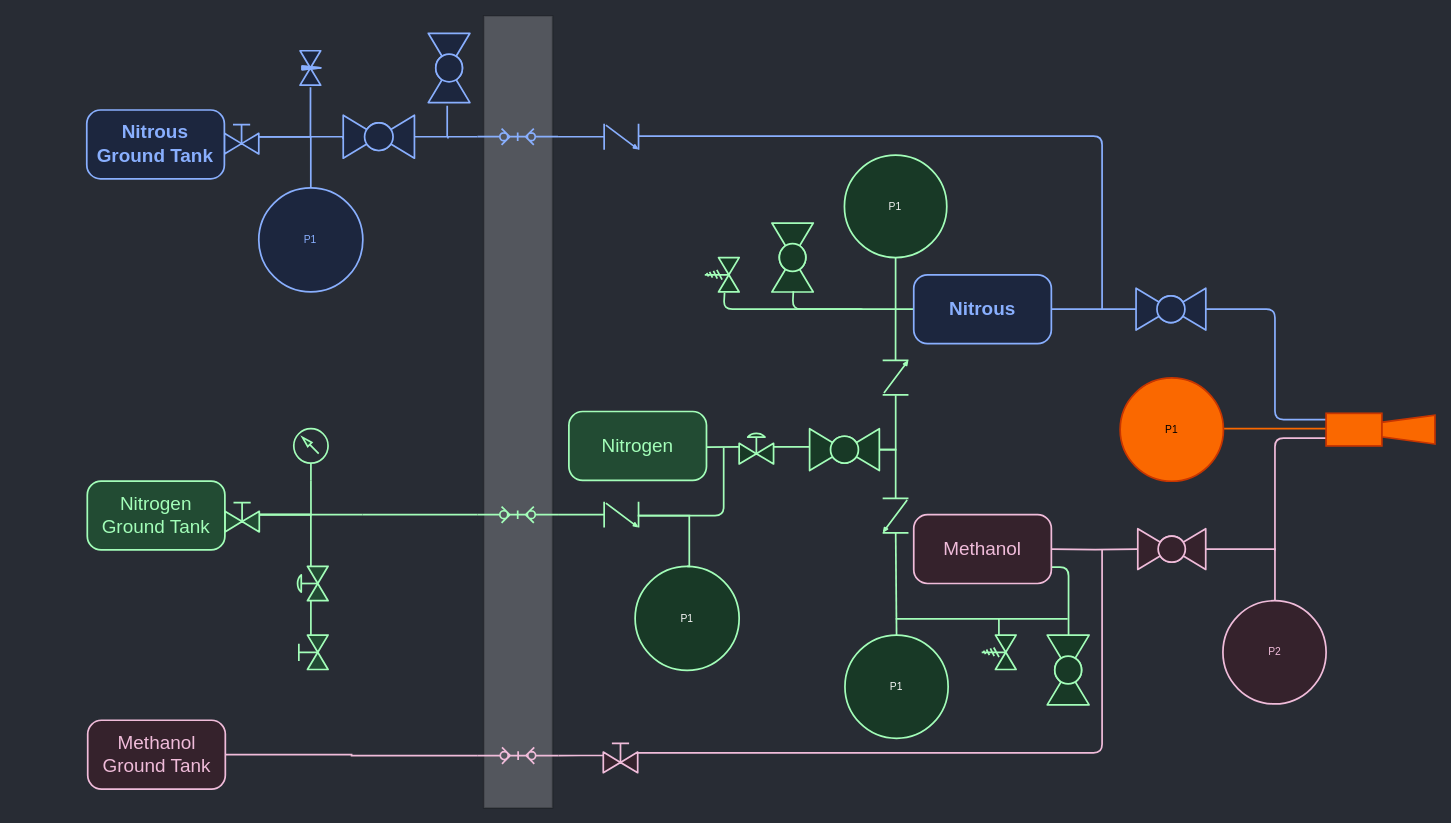
Earlier version of the draw.io diagram page "Simplified" (1 of 2) of CombinedPID.drawio (icl-rocketry/Propulsion-PIDs). Source tidied: cells renumbered, new cells numbered last; positions are measured from the earlier drawing's top-left corner, leaving out a move shared by most shapes. Both pictures are drawn from the tidied source at 86%, with x=0, y=0 at pixel (86, 15).
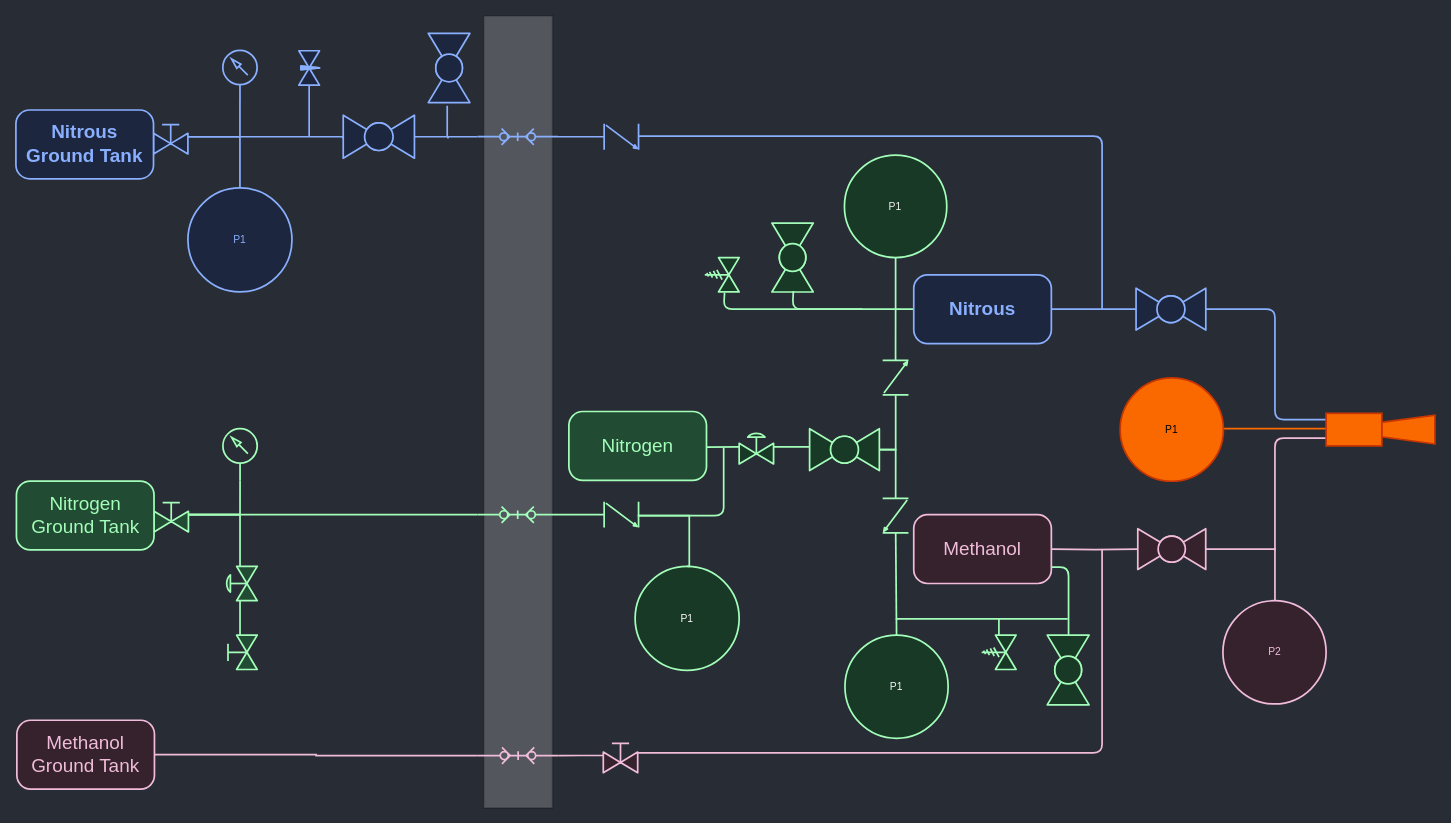
The same diagram, later.

Unchanged cells that the change refers to:
```xml
<mxCell id="25" style="verticalLabelPosition=bottom;align=center;html=1;verticalAlign=top;dashed=0;shape=mxgraph.pid2valves.valve;valveType=ball;rotation=-180;fillColor=#1C263E;strokeColor=#89AFFE;fontColor=#ffffff;strokeWidth=2;" parent="1" vertex="1">
  <mxGeometry x="298.6" y="115.5" width="82.8" height="50" as="geometry" />
</mxCell>
<mxCell id="31" style="verticalLabelPosition=bottom;html=1;verticalAlign=top;fillColor=#224B33;align=center;outlineConnect=0;shape=mxgraph.fluid_power.x11740;points=[[0.5,0,0],[0.5,1,0]];strokeColor=#A3FEB9;rotation=-90;strokeWidth=2;fontColor=#FAFAFA;" parent="1" vertex="1">
  <mxGeometry x="492" y="533.1" width="19" height="93.8" as="geometry" />
</mxCell>
```

What changed in the source:
```diff
@@
     <mxCell id="3" style="verticalLabelPosition=bottom;html=1;verticalAlign=top;fillColor=#224B33;align=center;outlineConnect=0;shape=mxgraph.fluid_power.x11820;points=[[0.5,1,0]];rotation=0;strokeColor=#A3FEB9;strokeWidth=2;fontColor=#FAFAFA;" parent="1" vertex="1">
-      <mxGeometry x="241.1" y="480" width="39.9" height="60" as="geometry" />
+      <mxGeometry x="158.7" y="480" width="39.9" height="60" as="geometry" />
     </mxCell>
     <mxCell id="4" style="edgeStyle=orthogonalEdgeStyle;rounded=0;jettySize=auto;html=1;entryX=1.005;entryY=0.453;entryDx=0;entryDy=0;entryPerimeter=0;fillColor=#1C263E;strokeColor=#89AFFE;strokeWidth=2;endArrow=none;endFill=0;" parent="1" edge="1" source="7" target="25">
       <mxGeometry relative="1" as="geometry">
         <Array as="points">
-          <mxPoint x="251" y="140.5" />
-          <mxPoint x="301" y="140.5" />
+          <mxPoint x="168.6" y="140.5" />
+          <mxPoint x="218.6" y="140.5" />
         </Array>
       </mxGeometry>
     </mxCell>
-    <mxCell id="5" style="edgeStyle=orthogonalEdgeStyle;rounded=0;jettySize=auto;html=1;entryX=-0.059;entryY=0.506;entryDx=0;entryDy=0;entryPerimeter=0;fillColor=#1C263E;strokeColor=#89AFFE;strokeWidth=2;endArrow=none;endFill=0;" parent="1" edge="1" source="7" target="22">
-      <mxGeometry relative="1" as="geometry">
-        <Array as="points">
-          <mxPoint x="261" y="140.5" />
-        </Array>
-      </mxGeometry>
-    </mxCell>
     <mxCell id="6" style="edgeStyle=orthogonalEdgeStyle;rounded=0;jettySize=auto;html=1;entryX=0.5;entryY=0;entryDx=0;entryDy=0;strokeColor=#89AFFE;endArrow=none;endFill=0;strokeWidth=2;" parent="1" edge="1" source="7" target="23">
       <mxGeometry relative="1" as="geometry">
         <Array as="points">
-          <mxPoint x="220" y="140.5" />
-          <mxPoint x="261" y="140.5" />
+          <mxPoint x="137.6" y="140.5" />
+          <mxPoint x="178.6" y="140.5" />
         </Array>
       </mxGeometry>
     </mxCell>
     <mxCell id="7" style="verticalLabelPosition=bottom;align=center;html=1;verticalAlign=top;dashed=0;shape=mxgraph.pid2valves.valve;valveType=gate;actuator=man;rotation=0;fillColor=#1C263E;strokeColor=#89AFFE;fontColor=#ffffff;strokeWidth=2;" parent="1" vertex="1">
-      <mxGeometry x="160.4" y="120.5" width="40" height="40" as="geometry" />
+      <mxGeometry x="78" y="120.5" width="40" height="40" as="geometry" />
     </mxCell>
@@
-    <mxCell id="11" style="edgeStyle=orthogonalEdgeStyle;rounded=0;jettySize=auto;html=1;strokeColor=#A3FEB9;fillColor=#224B33;strokeWidth=2;fontColor=#FAFAFA;endArrow=none;endFill=0;" parent="1" edge="1" source="12">
-      <mxGeometry relative="1" as="geometry">
-        <mxPoint x="321" y="580" as="targetPoint" />
-      </mxGeometry>
+    <mxCell id="11" style="edgeStyle=orthogonalEdgeStyle;rounded=0;jettySize=auto;html=1;strokeColor=#A3FEB9;fillColor=#224B33;strokeWidth=2;fontColor=#FAFAFA;endArrow=none;endFill=0;entryX=0.5;entryY=0;entryDx=0;entryDy=0;entryPerimeter=0;" parent="1" edge="1" source="12" target="31">
+      <mxGeometry relative="1" as="geometry" />
     </mxCell>
     <mxCell id="12" style="verticalLabelPosition=bottom;align=center;html=1;verticalAlign=top;dashed=0;shape=mxgraph.pid2valves.valve;valveType=gate;actuator=man;rotation=0;fillColor=#224B33;strokeColor=#A3FEB9;strokeWidth=2;fontColor=#FAFAFA;" parent="1" vertex="1">
-      <mxGeometry x="161" y="560" width="40" height="40" as="geometry" />
+      <mxGeometry x="78.6" y="560" width="40" height="40" as="geometry" />
     </mxCell>
     <mxCell id="13" style="verticalLabelPosition=bottom;align=center;html=1;verticalAlign=top;dashed=0;shape=mxgraph.pid2valves.valve;valveType=gate;actuator=man;rotation=-90;fillColor=#224B33;strokeColor=#A3FEB9;strokeWidth=2;fontColor=#FAFAFA;" parent="1" vertex="1">
-      <mxGeometry x="241" y="720" width="40" height="40" as="geometry" />
+      <mxGeometry x="158.6" y="720" width="40" height="40" as="geometry" />
     </mxCell>
@@
     <mxCell id="15" style="verticalLabelPosition=bottom;align=center;html=1;verticalAlign=top;dashed=0;shape=mxgraph.pid2valves.valve;valveType=gate;actuator=diaph;rotation=-90;fillColor=#224B33;strokeWidth=2;strokeColor=#A3FEB9;fontColor=#FAFAFA;" parent="1" vertex="1">
-      <mxGeometry x="241" y="640" width="40" height="40" as="geometry" />
+      <mxGeometry x="158.6" y="640" width="40" height="40" as="geometry" />
     </mxCell>
@@
+    <mxCell id="77" style="edgeStyle=orthogonalEdgeStyle;rounded=0;jettySize=auto;html=1;strokeColor=#89AFFE;strokeWidth=2;endArrow=none;endFill=0;" parent="1" edge="1" source="22">
+      <mxGeometry relative="1" as="geometry">
+        <mxPoint x="259" y="140" as="targetPoint" />
+      </mxGeometry>
+    </mxCell>
     <mxCell id="22" style="verticalLabelPosition=bottom;align=center;html=1;verticalAlign=top;dashed=0;shape=mxgraph.pid2valves.valve;valveType=needle;rotation=-90;fillColor=#1C263E;strokeColor=#89AFFE;fontColor=#ffffff;strokeWidth=2;" parent="1" vertex="1">
-      <mxGeometry x="240.4" y="48.5" width="40" height="24" as="geometry" />
+      <mxGeometry x="239" y="48.5" width="40" height="24" as="geometry" />
     </mxCell>
     <mxCell id="23" value="P1" style="ellipse;whiteSpace=wrap;html=1;fillColor=#1C263E;strokeColor=#89AFFE;rotation=0;fontColor=#89AFFE;strokeWidth=2;" parent="1" vertex="1">
-      <mxGeometry x="200.4" y="200" width="121" height="121" as="geometry" />
+      <mxGeometry x="118" y="200" width="121" height="121" as="geometry" />
     </mxCell>
@@
-    <mxCell id="29" style="edgeStyle=orthogonalEdgeStyle;rounded=0;jettySize=auto;html=1;strokeColor=#A3FEB9;fillColor=#224B33;strokeWidth=2;fontColor=#FAFAFA;endArrow=none;endFill=0;" parent="1" edge="1" source="31">
-      <mxGeometry relative="1" as="geometry">
-        <mxPoint x="321" y="580" as="targetPoint" />
-      </mxGeometry>
-    </mxCell>
@@
     <mxCell id="66" value="Methanol Ground Tank" style="rounded=1;whiteSpace=wrap;html=1;arcSize=20;fontSize=22;strokeColor=#F0BCDA;fillColor=#35222C;fontColor=#F0BCDA;strokeWidth=2;" parent="1" vertex="1">
-      <mxGeometry x="1.5" y="819" width="160" height="80" as="geometry" />
+      <mxGeometry x="-80.9" y="819" width="160" height="80" as="geometry" />
     </mxCell>
     <mxCell id="67" value="Nitrogen Ground Tank" style="rounded=1;whiteSpace=wrap;html=1;arcSize=20;fontSize=22;strokeColor=#A3FEB9;fillColor=#224B33;fontColor=#A3FEB9;strokeWidth=2;" parent="1" vertex="1">
-      <mxGeometry x="1" y="541" width="160" height="80" as="geometry" />
+      <mxGeometry x="-81.4" y="541" width="160" height="80" as="geometry" />
     </mxCell>
     <mxCell id="68" value="Nitrous Ground Tank" style="rounded=1;whiteSpace=wrap;html=1;arcSize=20;fillColor=#1C263E;strokeColor=#89AFFE;fontColor=#89AFFE;fontStyle=1;fontSize=22;strokeWidth=2;" parent="1" vertex="1">
-      <mxGeometry x="0.4" y="109.4" width="160" height="80" as="geometry" />
+      <mxGeometry x="-82" y="109.4" width="160" height="80" as="geometry" />
     </mxCell>
@@
+    <mxCell id="78" style="edgeStyle=orthogonalEdgeStyle;rounded=0;jettySize=auto;html=1;strokeColor=#89AFFE;strokeWidth=2;endArrow=none;endFill=0;" parent="1" edge="1" source="79">
+      <mxGeometry relative="1" as="geometry">
+        <mxPoint x="178.5" y="140" as="targetPoint" />
+      </mxGeometry>
+    </mxCell>
+    <mxCell id="79" style="verticalLabelPosition=bottom;html=1;verticalAlign=top;fillColor=#1C263E;align=center;outlineConnect=0;shape=mxgraph.fluid_power.x11820;points=[[0.5,1,0]];rotation=0;strokeColor=#89AFFE;strokeWidth=2;fontColor=#FAFAFA;" parent="1" vertex="1">
+      <mxGeometry x="158.6" y="40" width="39.9" height="60" as="geometry" />
+    </mxCell>
```
